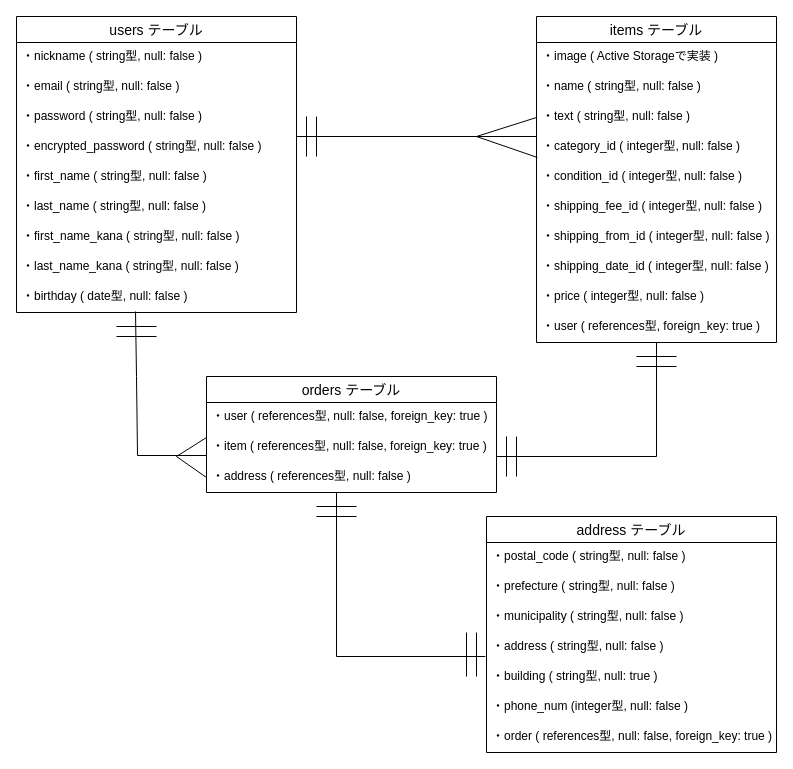
The draw.io diagram ER.dio in O-DAIKI/furima-31699, before the edit. Source tidied: cells renumbered, new cells numbered last; positions are measured from the earlier drawing's top-left corner, leaving out a move shared by most shapes. Both pictures are drawn from the tidied source at 100%, with x=0, y=0 at pixel (16, 16).
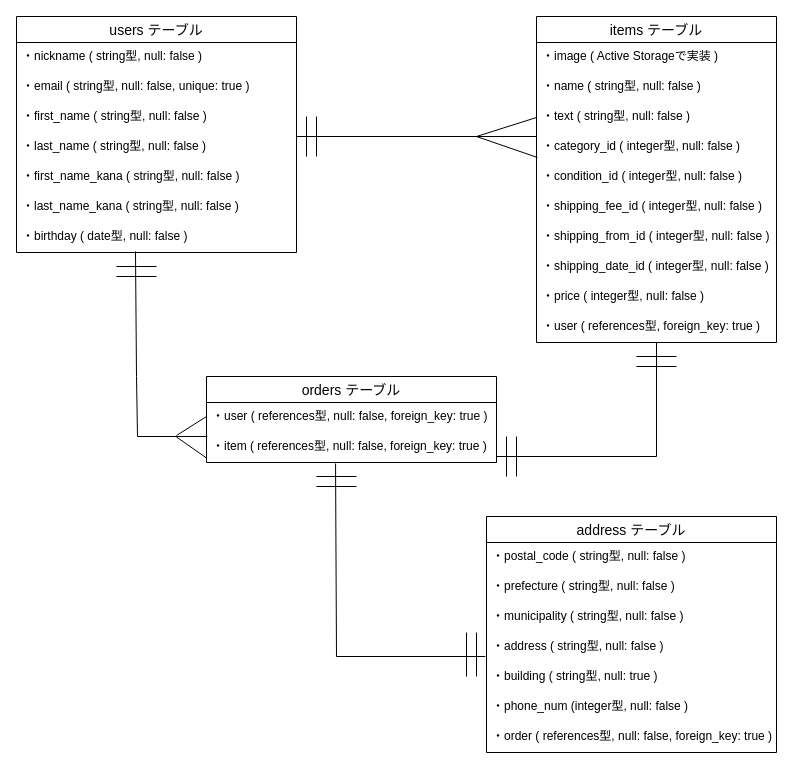
Above is the later version.

Commit message (it also covers changes not shown here):
データベース設計(指摘箇所の修正)

The change refers to these unchanged cells:
```xml
<mxCell id="33" value="・item ( references型, null: false, foreign_key: true )" style="text;strokeColor=none;fillColor=none;spacingLeft=4;spacingRight=4;overflow=hidden;points=[[0,0.5],[1,0.5]];portConstraint=eastwest;fontSize=12;" parent="31" vertex="1">
  <mxGeometry y="56" width="290" height="30" as="geometry" />
</mxCell>
<mxCell id="51" value="・address ( string型, null: false )" style="text;strokeColor=none;fillColor=none;spacingLeft=4;spacingRight=4;overflow=hidden;points=[[0,0.5],[1,0.5]];portConstraint=eastwest;fontSize=12;" parent="45" vertex="1">
  <mxGeometry y="116" width="290" height="30" as="geometry" />
</mxCell>
```

Change to the diagram source:
```diff
@@
     <mxCell id="2" value="users テーブル" style="swimlane;fontStyle=0;horizontal=1;startSize=26;align=center;fontSize=14;" parent="1" vertex="1">
-      <mxGeometry width="280" height="296" as="geometry" />
+      <mxGeometry width="280" height="236" as="geometry" />
     </mxCell>
@@
-    <mxCell id="4" value="・email ( string型, null: false )" style="text;strokeColor=none;fillColor=none;spacingLeft=4;spacingRight=4;overflow=hidden;fontSize=12;" parent="2" vertex="1">
+    <mxCell id="4" value="・email ( string型, null: false, unique: true )" style="text;strokeColor=none;fillColor=none;spacingLeft=4;spacingRight=4;overflow=hidden;fontSize=12;" parent="2" vertex="1">
       <mxGeometry y="56" width="280" height="30" as="geometry" />
     </mxCell>
-    <mxCell id="5" value="・password ( string型, null: false )" style="text;strokeColor=none;fillColor=none;spacingLeft=4;spacingRight=4;overflow=hidden;fontSize=12;" parent="2" vertex="1">
-      <mxGeometry y="86" width="280" height="30" as="geometry" />
-    </mxCell>
-    <mxCell id="6" value="・encrypted_password ( string型, null: false )" style="text;strokeColor=none;fillColor=none;spacingLeft=4;spacingRight=4;overflow=hidden;fontSize=12;" parent="2" vertex="1">
-      <mxGeometry y="116" width="280" height="30" as="geometry" />
-    </mxCell>
     <mxCell id="7" value="・first_name ( string型, null: false )" style="text;strokeColor=none;fillColor=none;spacingLeft=4;spacingRight=4;overflow=hidden;fontSize=12;" parent="2" vertex="1">
-      <mxGeometry y="146" width="280" height="30" as="geometry" />
+      <mxGeometry y="86" width="280" height="30" as="geometry" />
     </mxCell>
     <mxCell id="8" value="・last_name ( string型, null: false )" style="text;strokeColor=none;fillColor=none;spacingLeft=4;spacingRight=4;overflow=hidden;fontSize=12;" parent="2" vertex="1">
-      <mxGeometry y="176" width="280" height="30" as="geometry" />
+      <mxGeometry y="116" width="280" height="30" as="geometry" />
     </mxCell>
     <mxCell id="9" value="・first_name_kana ( string型, null: false )" style="text;strokeColor=none;fillColor=none;spacingLeft=4;spacingRight=4;overflow=hidden;fontSize=12;" parent="2" vertex="1">
-      <mxGeometry y="206" width="280" height="30" as="geometry" />
+      <mxGeometry y="146" width="280" height="30" as="geometry" />
     </mxCell>
     <mxCell id="10" value="・last_name_kana ( string型, null: false )" style="text;strokeColor=none;fillColor=none;spacingLeft=4;spacingRight=4;overflow=hidden;fontSize=12;" parent="2" vertex="1">
-      <mxGeometry y="236" width="280" height="30" as="geometry" />
+      <mxGeometry y="176" width="280" height="30" as="geometry" />
     </mxCell>
     <mxCell id="11" value="・birthday ( date型, null: false )" style="text;strokeColor=none;fillColor=none;spacingLeft=4;spacingRight=4;overflow=hidden;points=[[0,0.5],[1,0.5]];portConstraint=eastwest;fontSize=12;" parent="2" vertex="1">
-      <mxGeometry y="266" width="280" height="30" as="geometry" />
+      <mxGeometry y="206" width="280" height="30" as="geometry" />
     </mxCell>
@@
-    <mxCell id="25" style="endArrow=none;html=1;rounded=0;exitX=0.425;exitY=0.967;exitDx=0;exitDy=0;exitPerimeter=0;" parent="1" edge="1" source="11">
+    <mxCell id="25" style="endArrow=none;html=1;rounded=0;exitX=0.425;exitY=0.967;exitDx=0;exitDy=0;exitPerimeter=0;entryX=0.003;entryY=0.133;entryDx=0;entryDy=0;entryPerimeter=0;" parent="1" edge="1" source="11" target="33">
       <mxGeometry relative="1" as="geometry">
-        <mxPoint x="190" y="439" as="targetPoint" />
         <Array as="points">
           <mxPoint x="120" y="360" />
-          <mxPoint x="121" y="439" />
+          <mxPoint x="121" y="420" />
         </Array>
       </mxGeometry>
     </mxCell>
@@
     <mxCell id="29" style="endArrow=none;html=1;rounded=0;" parent="1" edge="1">
       <mxGeometry relative="1" as="geometry">
-        <mxPoint x="100" y="310" as="sourcePoint" />
-        <mxPoint x="140" y="310" as="targetPoint" />
+        <mxPoint x="100" y="250" as="sourcePoint" />
+        <mxPoint x="140" y="250" as="targetPoint" />
       </mxGeometry>
     </mxCell>
     <mxCell id="30" style="endArrow=none;html=1;rounded=0;" parent="1" edge="1">
       <mxGeometry relative="1" as="geometry">
-        <mxPoint x="100" y="320" as="sourcePoint" />
-        <mxPoint x="140" y="320" as="targetPoint" />
+        <mxPoint x="100" y="260" as="sourcePoint" />
+        <mxPoint x="140" y="260" as="targetPoint" />
       </mxGeometry>
     </mxCell>
     <mxCell id="31" value="orders テーブル" style="swimlane;fontStyle=0;horizontal=1;startSize=26;align=center;fontSize=14;" parent="1" vertex="1">
-      <mxGeometry x="190" y="360" width="290" height="116" as="geometry" />
+      <mxGeometry x="190" y="360" width="290" height="86" as="geometry" />
     </mxCell>
@@
-    <mxCell id="34" style="endArrow=none;html=1;rounded=0;entryX=0;entryY=0.5;entryDx=0;entryDy=0;" parent="31" edge="1" target="36">
-      <mxGeometry relative="1" as="geometry">
-        <mxPoint x="-30" y="80" as="sourcePoint" />
-      </mxGeometry>
-    </mxCell>
-    <mxCell id="35" style="endArrow=none;html=1;rounded=0;" parent="31" edge="1">
-      <mxGeometry relative="1" as="geometry">
-        <mxPoint x="-30" y="80" as="sourcePoint" />
-        <mxPoint y="61" as="targetPoint" />
-      </mxGeometry>
-    </mxCell>
-    <mxCell id="36" value="・address ( references型, null: false )" style="text;strokeColor=none;fillColor=none;spacingLeft=4;spacingRight=4;overflow=hidden;points=[[0,0.5],[1,0.5]];portConstraint=eastwest;fontSize=12;" parent="31" vertex="1">
-      <mxGeometry y="86" width="290" height="30" as="geometry" />
-    </mxCell>
-    <mxCell id="37" style="endArrow=none;html=1;rounded=0;entryX=-0.004;entryY=0.8;entryDx=0;entryDy=0;entryPerimeter=0;" parent="31" edge="1" target="51">
-      <mxGeometry relative="1" as="geometry">
-        <mxPoint x="130" y="116" as="sourcePoint" />
-        <Array as="points">
-          <mxPoint x="130" y="280" />
-        </Array>
-      </mxGeometry>
-    </mxCell>
     <mxCell id="38" style="endArrow=none;html=1;rounded=0;" parent="1" edge="1">
       <mxGeometry relative="1" as="geometry">
-        <mxPoint x="300" y="490" as="sourcePoint" />
-        <mxPoint x="340" y="490" as="targetPoint" />
+        <mxPoint x="300" y="460" as="sourcePoint" />
+        <mxPoint x="340" y="460" as="targetPoint" />
       </mxGeometry>
     </mxCell>
     <mxCell id="39" style="endArrow=none;html=1;rounded=0;" parent="1" edge="1">
       <mxGeometry relative="1" as="geometry">
-        <mxPoint x="300" y="500" as="sourcePoint" />
-        <mxPoint x="340" y="500" as="targetPoint" />
+        <mxPoint x="300" y="470" as="sourcePoint" />
+        <mxPoint x="340" y="470" as="targetPoint" />
       </mxGeometry>
     </mxCell>
@@
+    <mxCell id="35" style="endArrow=none;html=1;rounded=0;" parent="1" edge="1">
+      <mxGeometry relative="1" as="geometry">
+        <mxPoint x="160" y="419" as="sourcePoint" />
+        <mxPoint x="190" y="400" as="targetPoint" />
+      </mxGeometry>
+    </mxCell>
+    <mxCell id="34" style="endArrow=none;html=1;rounded=0;entryX=0;entryY=0.5;entryDx=0;entryDy=0;" parent="1" edge="1">
+      <mxGeometry relative="1" as="geometry">
+        <mxPoint x="160" y="420.5" as="sourcePoint" />
+        <mxPoint x="190" y="441.5" as="targetPoint" />
+      </mxGeometry>
+    </mxCell>
+    <mxCell id="37" style="endArrow=none;html=1;rounded=0;entryX=-0.004;entryY=0.8;entryDx=0;entryDy=0;entryPerimeter=0;exitX=0.445;exitY=1.033;exitDx=0;exitDy=0;exitPerimeter=0;" parent="1" edge="1" source="33" target="51">
+      <mxGeometry relative="1" as="geometry">
+        <Array as="points">
+          <mxPoint x="320" y="640" />
+        </Array>
+      </mxGeometry>
+    </mxCell>
```
